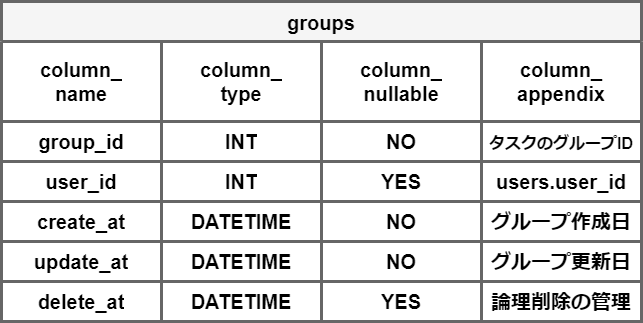
Above: docs/仕様書/images/table_groups.png in takaaaa-jun/check_annotator (draw.io), before the change. Source tidied: cells renumbered, new cells last; positions are measured from the earlier drawing's top-left corner, leaving out a move shared by most shapes.
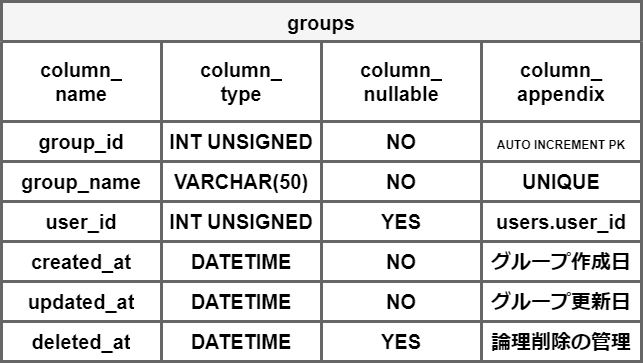
Above is the later version.

The edit, as a diff of the source:
```diff
@@ -3,7 +3,7 @@
     <mxCell id="0" />
     <mxCell id="1" parent="0" />
     <mxCell id="2" value="groups" style="shape=table;startSize=40;strokeColor=#666666;fontSize=20;strokeWidth=3;fillColor=#F5F5F5;fontStyle=1;" parent="1" vertex="1">
-      <mxGeometry width="640" height="320" as="geometry" />
+      <mxGeometry width="640" height="360" as="geometry" />
     </mxCell>
     <mxCell id="3" style="shape=tableRow;horizontal=0;startSize=0;swimlaneHead=0;swimlaneBody=0;strokeColor=inherit;top=0;left=0;bottom=0;right=0;fillColor=none;fontSize=20;fontStyle=1;" parent="2" vertex="1">
       <mxGeometry y="40" width="640" height="80" as="geometry" />
@@ -26,49 +26,49 @@
     <mxCell id="9" value="group_id" style="shape=partialRectangle;html=1;whiteSpace=wrap;strokeColor=inherit;overflow=hidden;fillColor=none;top=0;left=0;bottom=0;right=0;fontSize=20;fontStyle=1;" parent="8" vertex="1">
       <mxGeometry width="160" height="40" as="geometry" />
     </mxCell>
-    <mxCell id="10" value="INT" style="shape=partialRectangle;html=1;whiteSpace=wrap;strokeColor=inherit;overflow=hidden;fillColor=none;top=0;left=0;bottom=0;right=0;fontSize=20;fontStyle=1;" parent="8" vertex="1">
+    <mxCell id="10" value="INT UNSIGNED" style="shape=partialRectangle;html=1;whiteSpace=wrap;strokeColor=inherit;overflow=hidden;fillColor=none;top=0;left=0;bottom=0;right=0;fontSize=20;fontStyle=1;" parent="8" vertex="1">
       <mxGeometry x="160" width="160" height="40" as="geometry" />
     </mxCell>
     <mxCell id="11" value="NO" style="shape=partialRectangle;html=1;whiteSpace=wrap;strokeColor=inherit;overflow=hidden;fillColor=none;top=0;left=0;bottom=0;right=0;fontSize=20;fontStyle=1;" parent="8" vertex="1">
       <mxGeometry x="320" width="160" height="40" as="geometry" />
     </mxCell>
-    <mxCell id="12" value="&lt;font style=&quot;font-size: 16px;&quot;&gt;タスクのグループID&lt;/font&gt;" style="shape=partialRectangle;html=1;whiteSpace=wrap;strokeColor=inherit;overflow=hidden;fillColor=none;top=0;left=0;bottom=0;right=0;fontSize=20;fontStyle=1;" parent="8" vertex="1">
+    <mxCell id="12" value="&lt;font style=&quot;font-size: 12px;&quot;&gt;AUTO INCREMENT PK&lt;/font&gt;" style="shape=partialRectangle;html=1;whiteSpace=wrap;strokeColor=inherit;overflow=hidden;fillColor=none;top=0;left=0;bottom=0;right=0;fontSize=20;fontStyle=1;" parent="8" vertex="1">
       <mxGeometry x="480" width="160" height="40" as="geometry" />
     </mxCell>
     <mxCell id="13" style="shape=tableRow;horizontal=0;startSize=0;swimlaneHead=0;swimlaneBody=0;strokeColor=inherit;top=0;left=0;bottom=0;right=0;fillColor=none;fontSize=20;fontStyle=1;" parent="2" vertex="1">
       <mxGeometry y="160" width="640" height="40" as="geometry" />
     </mxCell>
-    <mxCell id="14" value="user_id" style="shape=partialRectangle;html=1;whiteSpace=wrap;strokeColor=inherit;overflow=hidden;fillColor=none;top=0;left=0;bottom=0;right=0;fontSize=20;fontStyle=1;" parent="13" vertex="1">
+    <mxCell id="14" value="group_name" style="shape=partialRectangle;html=1;whiteSpace=wrap;strokeColor=inherit;overflow=hidden;fillColor=none;top=0;left=0;bottom=0;right=0;fontSize=20;fontStyle=1;" parent="13" vertex="1">
       <mxGeometry width="160" height="40" as="geometry" />
     </mxCell>
-    <mxCell id="15" value="INT" style="shape=partialRectangle;html=1;whiteSpace=wrap;strokeColor=inherit;overflow=hidden;fillColor=none;top=0;left=0;bottom=0;right=0;fontSize=20;fontStyle=1;" parent="13" vertex="1">
+    <mxCell id="15" value="VARCHAR(50)" style="shape=partialRectangle;html=1;whiteSpace=wrap;strokeColor=inherit;overflow=hidden;fillColor=none;top=0;left=0;bottom=0;right=0;fontSize=20;fontStyle=1;" parent="13" vertex="1">
       <mxGeometry x="160" width="160" height="40" as="geometry" />
     </mxCell>
-    <mxCell id="16" value="YES" style="shape=partialRectangle;html=1;whiteSpace=wrap;strokeColor=inherit;overflow=hidden;fillColor=none;top=0;left=0;bottom=0;right=0;fontSize=20;fontStyle=1;" parent="13" vertex="1">
+    <mxCell id="16" value="NO" style="shape=partialRectangle;html=1;whiteSpace=wrap;strokeColor=inherit;overflow=hidden;fillColor=none;top=0;left=0;bottom=0;right=0;fontSize=20;fontStyle=1;" parent="13" vertex="1">
       <mxGeometry x="320" width="160" height="40" as="geometry" />
     </mxCell>
-    <mxCell id="17" value="&lt;font style=&quot;font-size: 20px;&quot;&gt;users.user_id&lt;/font&gt;" style="shape=partialRectangle;html=1;whiteSpace=wrap;strokeColor=inherit;overflow=hidden;fillColor=none;top=0;left=0;bottom=0;right=0;fontSize=20;fontStyle=1;" parent="13" vertex="1">
+    <mxCell id="17" value="UNIQUE" style="shape=partialRectangle;html=1;whiteSpace=wrap;strokeColor=inherit;overflow=hidden;fillColor=none;top=0;left=0;bottom=0;right=0;fontSize=20;fontStyle=1;" parent="13" vertex="1">
       <mxGeometry x="480" width="160" height="40" as="geometry" />
     </mxCell>
     <mxCell id="18" style="shape=tableRow;horizontal=0;startSize=0;swimlaneHead=0;swimlaneBody=0;strokeColor=inherit;top=0;left=0;bottom=0;right=0;fillColor=none;fontSize=20;fontStyle=1;" parent="2" vertex="1">
       <mxGeometry y="200" width="640" height="40" as="geometry" />
     </mxCell>
-    <mxCell id="19" value="create_at" style="shape=partialRectangle;html=1;whiteSpace=wrap;strokeColor=inherit;overflow=hidden;fillColor=none;top=0;left=0;bottom=0;right=0;fontSize=20;fontStyle=1;" parent="18" vertex="1">
+    <mxCell id="19" value="user_id" style="shape=partialRectangle;html=1;whiteSpace=wrap;strokeColor=inherit;overflow=hidden;fillColor=none;top=0;left=0;bottom=0;right=0;fontSize=20;fontStyle=1;" parent="18" vertex="1">
       <mxGeometry width="160" height="40" as="geometry" />
     </mxCell>
-    <mxCell id="20" value="DATETIME" style="shape=partialRectangle;html=1;whiteSpace=wrap;strokeColor=inherit;overflow=hidden;fillColor=none;top=0;left=0;bottom=0;right=0;fontSize=20;fontStyle=1;" parent="18" vertex="1">
+    <mxCell id="20" value="INT UNSIGNED" style="shape=partialRectangle;html=1;whiteSpace=wrap;strokeColor=inherit;overflow=hidden;fillColor=none;top=0;left=0;bottom=0;right=0;fontSize=20;fontStyle=1;" parent="18" vertex="1">
       <mxGeometry x="160" width="160" height="40" as="geometry" />
     </mxCell>
-    <mxCell id="21" value="NO" style="shape=partialRectangle;html=1;whiteSpace=wrap;strokeColor=inherit;overflow=hidden;fillColor=none;top=0;left=0;bottom=0;right=0;fontSize=20;fontStyle=1;" parent="18" vertex="1">
+    <mxCell id="21" value="YES" style="shape=partialRectangle;html=1;whiteSpace=wrap;strokeColor=inherit;overflow=hidden;fillColor=none;top=0;left=0;bottom=0;right=0;fontSize=20;fontStyle=1;" parent="18" vertex="1">
       <mxGeometry x="320" width="160" height="40" as="geometry" />
     </mxCell>
-    <mxCell id="22" value="グループ作成日" style="shape=partialRectangle;html=1;whiteSpace=wrap;strokeColor=inherit;overflow=hidden;fillColor=none;top=0;left=0;bottom=0;right=0;fontSize=20;fontStyle=1;" parent="18" vertex="1">
+    <mxCell id="22" value="&lt;font style=&quot;font-size: 20px;&quot;&gt;users.user_id&lt;/font&gt;" style="shape=partialRectangle;html=1;whiteSpace=wrap;strokeColor=inherit;overflow=hidden;fillColor=none;top=0;left=0;bottom=0;right=0;fontSize=20;fontStyle=1;" parent="18" vertex="1">
       <mxGeometry x="480" width="160" height="40" as="geometry" />
     </mxCell>
     <mxCell id="23" style="shape=tableRow;horizontal=0;startSize=0;swimlaneHead=0;swimlaneBody=0;strokeColor=inherit;top=0;left=0;bottom=0;right=0;fillColor=none;fontSize=20;fontStyle=1;" parent="2" vertex="1">
       <mxGeometry y="240" width="640" height="40" as="geometry" />
     </mxCell>
-    <mxCell id="24" value="update_at" style="shape=partialRectangle;html=1;whiteSpace=wrap;strokeColor=inherit;overflow=hidden;fillColor=none;top=0;left=0;bottom=0;right=0;fontSize=20;fontStyle=1;" parent="23" vertex="1">
+    <mxCell id="24" value="created_at" style="shape=partialRectangle;html=1;whiteSpace=wrap;strokeColor=inherit;overflow=hidden;fillColor=none;top=0;left=0;bottom=0;right=0;fontSize=20;fontStyle=1;" parent="23" vertex="1">
       <mxGeometry width="160" height="40" as="geometry" />
     </mxCell>
     <mxCell id="25" value="DATETIME" style="shape=partialRectangle;html=1;whiteSpace=wrap;strokeColor=inherit;overflow=hidden;fillColor=none;top=0;left=0;bottom=0;right=0;fontSize=20;fontStyle=1;" parent="23" vertex="1">
@@ -77,23 +77,38 @@
     <mxCell id="26" value="NO" style="shape=partialRectangle;html=1;whiteSpace=wrap;strokeColor=inherit;overflow=hidden;fillColor=none;top=0;left=0;bottom=0;right=0;fontSize=20;fontStyle=1;" parent="23" vertex="1">
       <mxGeometry x="320" width="160" height="40" as="geometry" />
     </mxCell>
-    <mxCell id="27" value="グループ更新日" style="shape=partialRectangle;html=1;whiteSpace=wrap;strokeColor=inherit;overflow=hidden;fillColor=none;top=0;left=0;bottom=0;right=0;fontSize=20;fontStyle=1;" parent="23" vertex="1">
+    <mxCell id="27" value="グループ作成日" style="shape=partialRectangle;html=1;whiteSpace=wrap;strokeColor=inherit;overflow=hidden;fillColor=none;top=0;left=0;bottom=0;right=0;fontSize=20;fontStyle=1;" parent="23" vertex="1">
       <mxGeometry x="480" width="160" height="40" as="geometry" />
     </mxCell>
     <mxCell id="28" style="shape=tableRow;horizontal=0;startSize=0;swimlaneHead=0;swimlaneBody=0;strokeColor=inherit;top=0;left=0;bottom=0;right=0;fillColor=none;fontSize=20;fontStyle=1;" parent="2" vertex="1">
       <mxGeometry y="280" width="640" height="40" as="geometry" />
     </mxCell>
-    <mxCell id="29" value="delete_at" style="shape=partialRectangle;html=1;whiteSpace=wrap;strokeColor=inherit;overflow=hidden;fillColor=none;top=0;left=0;bottom=0;right=0;fontSize=20;fontStyle=1;" parent="28" vertex="1">
+    <mxCell id="29" value="updated_at" style="shape=partialRectangle;html=1;whiteSpace=wrap;strokeColor=inherit;overflow=hidden;fillColor=none;top=0;left=0;bottom=0;right=0;fontSize=20;fontStyle=1;" parent="28" vertex="1">
       <mxGeometry width="160" height="40" as="geometry" />
     </mxCell>
     <mxCell id="30" value="DATETIME" style="shape=partialRectangle;html=1;whiteSpace=wrap;strokeColor=inherit;overflow=hidden;fillColor=none;top=0;left=0;bottom=0;right=0;fontSize=20;fontStyle=1;" parent="28" vertex="1">
       <mxGeometry x="160" width="160" height="40" as="geometry" />
     </mxCell>
-    <mxCell id="31" value="YES" style="shape=partialRectangle;html=1;whiteSpace=wrap;strokeColor=inherit;overflow=hidden;fillColor=none;top=0;left=0;bottom=0;right=0;fontSize=20;fontStyle=1;" parent="28" vertex="1">
+    <mxCell id="31" value="NO" style="shape=partialRectangle;html=1;whiteSpace=wrap;strokeColor=inherit;overflow=hidden;fillColor=none;top=0;left=0;bottom=0;right=0;fontSize=20;fontStyle=1;" parent="28" vertex="1">
       <mxGeometry x="320" width="160" height="40" as="geometry" />
     </mxCell>
-    <mxCell id="32" value="論理削除の管理" style="shape=partialRectangle;html=1;whiteSpace=wrap;strokeColor=inherit;overflow=hidden;fillColor=none;top=0;left=0;bottom=0;right=0;fontSize=20;fontStyle=1;" parent="28" vertex="1">
+    <mxCell id="32" value="グループ更新日" style="shape=partialRectangle;html=1;whiteSpace=wrap;strokeColor=inherit;overflow=hidden;fillColor=none;top=0;left=0;bottom=0;right=0;fontSize=20;fontStyle=1;" parent="28" vertex="1">
       <mxGeometry x="480" width="160" height="40" as="geometry" />
     </mxCell>
+    <mxCell id="33" style="shape=tableRow;horizontal=0;startSize=0;swimlaneHead=0;swimlaneBody=0;strokeColor=inherit;top=0;left=0;bottom=0;right=0;fillColor=none;fontSize=20;fontStyle=1;" parent="2" vertex="1">
+      <mxGeometry y="320" width="640" height="40" as="geometry" />
+    </mxCell>
+    <mxCell id="34" value="deleted_at" style="shape=partialRectangle;html=1;whiteSpace=wrap;strokeColor=inherit;overflow=hidden;fillColor=none;top=0;left=0;bottom=0;right=0;fontSize=20;fontStyle=1;" parent="33" vertex="1">
+      <mxGeometry width="160" height="40" as="geometry" />
+    </mxCell>
+    <mxCell id="35" value="DATETIME" style="shape=partialRectangle;html=1;whiteSpace=wrap;strokeColor=inherit;overflow=hidden;fillColor=none;top=0;left=0;bottom=0;right=0;fontSize=20;fontStyle=1;" parent="33" vertex="1">
+      <mxGeometry x="160" width="160" height="40" as="geometry" />
+    </mxCell>
+    <mxCell id="36" value="YES" style="shape=partialRectangle;html=1;whiteSpace=wrap;strokeColor=inherit;overflow=hidden;fillColor=none;top=0;left=0;bottom=0;right=0;fontSize=20;fontStyle=1;" parent="33" vertex="1">
+      <mxGeometry x="320" width="160" height="40" as="geometry" />
+    </mxCell>
+    <mxCell id="37" value="論理削除の管理" style="shape=partialRectangle;html=1;whiteSpace=wrap;strokeColor=inherit;overflow=hidden;fillColor=none;top=0;left=0;bottom=0;right=0;fontSize=20;fontStyle=1;" parent="33" vertex="1">
+      <mxGeometry x="480" width="160" height="40" as="geometry" />
+    </mxCell>
   </root>
 </mxGraphModel>
```
